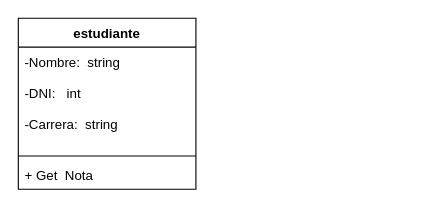
Above: diagrama.drawio in 7Gonza7/software (draw.io), before the change. Source tidied: cells renumbered, new cells numbered last; positions are measured from the earlier drawing's top-left corner, leaving out a move shared by most shapes. Both pictures are drawn from the tidied source at 111%, with x=0, y=0 at pixel (18, 18).
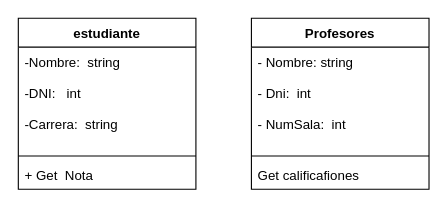
The same page after the edit.

The edit, as a diff of the source:
```diff
@@
 <mxGraphModel>
   <root>
     <mxCell id="0" />
     <mxCell id="1" parent="0" />
     <mxCell id="2" value="estudiante" style="swimlane;fontStyle=1;align=center;verticalAlign=top;horizontal=1;startSize=26;" parent="1" vertex="1">
       <mxGeometry width="160" height="154" as="geometry" />
     </mxCell>
     <mxCell id="3" value="-Nombre:  string&#10;&#10;-DNI:   int&#10;&#10;-Carrera:  string" style="text;strokeColor=none;fillColor=none;align=left;verticalAlign=top;spacingLeft=4;spacingRight=4;overflow=hidden;" parent="2" vertex="1">
       <mxGeometry y="26" width="160" height="94" as="geometry" />
     </mxCell>
     <mxCell id="4" style="line;strokeWidth=1;fillColor=none;align=left;verticalAlign=middle;spacingTop=-1;spacingLeft=3;spacingRight=3;labelPosition=right;strokeColor=inherit;" parent="2" vertex="1">
       <mxGeometry y="120" width="160" height="8" as="geometry" />
     </mxCell>
     <mxCell id="5" value="+ Get  Nota" style="text;strokeColor=none;fillColor=none;align=left;verticalAlign=top;spacingLeft=4;spacingRight=4;overflow=hidden;" parent="2" vertex="1">
       <mxGeometry y="128" width="160" height="26" as="geometry" />
     </mxCell>
+    <mxCell id="6" value="Profesores" style="swimlane;fontStyle=1;align=center;verticalAlign=top;horizontal=1;startSize=26;" parent="1" vertex="1">
+      <mxGeometry x="210" width="160" height="154" as="geometry" />
+    </mxCell>
+    <mxCell id="7" value="- Nombre: string&#10;&#10;- Dni:  int&#10;&#10;- NumSala:  int" style="text;strokeColor=none;fillColor=none;align=left;verticalAlign=top;spacingLeft=4;spacingRight=4;overflow=hidden;" parent="6" vertex="1">
+      <mxGeometry y="26" width="160" height="94" as="geometry" />
+    </mxCell>
+    <mxCell id="8" style="line;strokeWidth=1;fillColor=none;align=left;verticalAlign=middle;spacingTop=-1;spacingLeft=3;spacingRight=3;labelPosition=right;strokeColor=inherit;" parent="6" vertex="1">
+      <mxGeometry y="120" width="160" height="8" as="geometry" />
+    </mxCell>
+    <mxCell id="9" value="Get calificafiones " style="text;strokeColor=none;fillColor=none;align=left;verticalAlign=top;spacingLeft=4;spacingRight=4;overflow=hidden;" parent="6" vertex="1">
+      <mxGeometry y="128" width="160" height="26" as="geometry" />
+    </mxCell>
   </root>
 </mxGraphModel>
```
